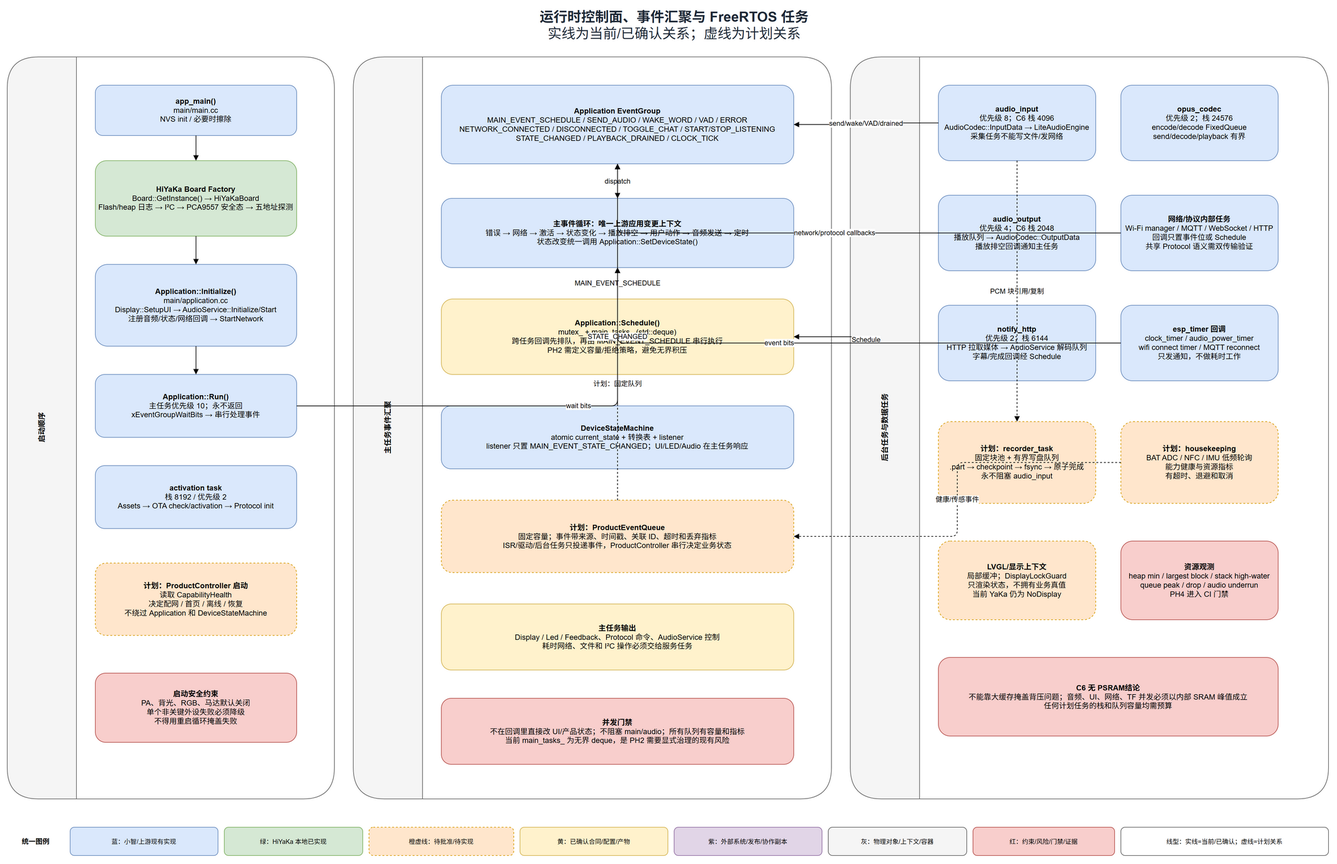
This is docs/yaka/diagrams/yaka-firmware-architecture-page-2.drawio.png from njueeRay/hi-yaka-firmware, a draw.io export, as it was before one commit. Source tidied: cells renumbered, new cells last; positions are measured from the earlier drawing's top-left corner, leaving out a move shared by most shapes.
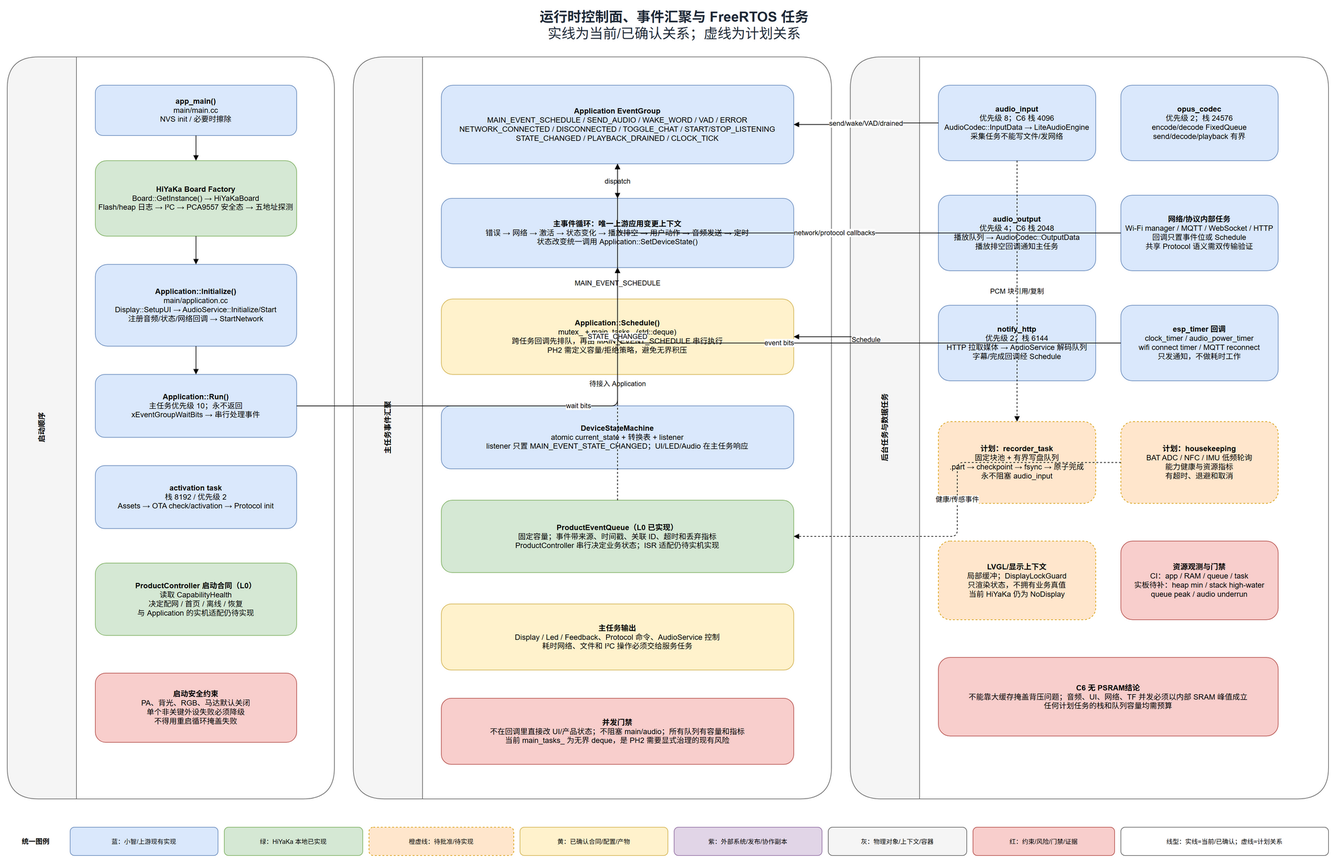
The same file after the commit.

The edit, as a diff of the source:
```diff
@@ -50,7 +50,7 @@
     <mxCell id="17" value="&lt;b&gt;activation task&lt;/b&gt;&lt;br&gt;栈 8192 / 优先级 2&lt;br&gt;Assets → OTA check/activation → Protocol init" style="rounded=1;whiteSpace=wrap;html=1;fillColor=#DAE8FC;strokeColor=#6C8EBF;" parent="12" vertex="1">
       <mxGeometry x="140" y="650" width="320" height="100" as="geometry" />
     </mxCell>
-    <mxCell id="18" value="&lt;b&gt;计划：ProductController 启动&lt;/b&gt;&lt;br&gt;读取 CapabilityHealth&lt;br&gt;决定配网 / 首页 / 离线 / 恢复&lt;br&gt;不绕过 Application 和 DeviceStateMachine" style="rounded=1;whiteSpace=wrap;html=1;fillColor=#FFE6CC;strokeColor=#D79B00;dashed=1;" parent="12" vertex="1">
+    <mxCell id="18" value="&lt;b&gt;ProductController 启动合同（L0）&lt;/b&gt;&lt;br&gt;读取 CapabilityHealth&lt;br&gt;决定配网 / 首页 / 离线 / 恢复&lt;br&gt;与 Application 的实机适配仍待实现" style="rounded=1;whiteSpace=wrap;html=1;fillColor=#D5E8D4;strokeColor=#82B366;" parent="12" vertex="1">
       <mxGeometry x="140" y="805" width="320" height="115" as="geometry" />
     </mxCell>
     <mxCell id="19" value="&lt;b&gt;启动安全约束&lt;/b&gt;&lt;br&gt;PA、背光、RGB、马达默认关闭&lt;br&gt;单个非关键外设失败必须降级&lt;br&gt;不得用重启循环掩盖失败" style="rounded=1;whiteSpace=wrap;html=1;fillColor=#F8CECC;strokeColor=#B85450;" parent="12" vertex="1">
@@ -71,7 +71,7 @@
     <mxCell id="24" value="&lt;b&gt;DeviceStateMachine&lt;/b&gt;&lt;br&gt;atomic current_state + 转换表 + listener&lt;br&gt;listener 只置 MAIN_EVENT_STATE_CHANGED；UI/LED/Audio 在主任务响应" style="rounded=1;whiteSpace=wrap;html=1;fillColor=#DAE8FC;strokeColor=#6C8EBF;" parent="20" vertex="1">
       <mxGeometry x="140" y="555" width="560" height="100" as="geometry" />
     </mxCell>
-    <mxCell id="25" value="&lt;b&gt;计划：ProductEventQueue&lt;/b&gt;&lt;br&gt;固定容量；事件带来源、时间戳、关联 ID、超时和丢弃指标&lt;br&gt;ISR/驱动/后台任务只投递事件，ProductController 串行决定业务状态" style="rounded=1;whiteSpace=wrap;html=1;fillColor=#FFE6CC;strokeColor=#D79B00;dashed=1;" parent="20" vertex="1">
+    <mxCell id="25" value="&lt;b&gt;ProductEventQueue（L0 已实现）&lt;/b&gt;&lt;br&gt;固定容量；事件带来源、时间戳、关联 ID、超时和丢弃指标&lt;br&gt;ProductController 串行决定业务状态；ISR 适配仍待实机实现" style="rounded=1;whiteSpace=wrap;html=1;fillColor=#D5E8D4;strokeColor=#82B366;" parent="20" vertex="1">
       <mxGeometry x="140" y="705" width="560" height="115" as="geometry" />
     </mxCell>
     <mxCell id="26" value="&lt;b&gt;主任务输出&lt;/b&gt;&lt;br&gt;Display / Led / Feedback、Protocol 命令、AudioService 控制&lt;br&gt;耗时网络、文件和 I²C 操作必须交给服务任务" style="rounded=1;whiteSpace=wrap;html=1;fillColor=#FFF2CC;strokeColor=#D6B656;" parent="20" vertex="1">
@@ -107,10 +107,10 @@
     <mxCell id="36" value="&lt;b&gt;计划：housekeeping&lt;/b&gt;&lt;br&gt;BAT ADC / NFC / IMU 低频轮询&lt;br&gt;能力健康与资源指标&lt;br&gt;有超时、退避和取消" style="rounded=1;whiteSpace=wrap;html=1;fillColor=#FFE6CC;strokeColor=#D79B00;dashed=1;" parent="28" vertex="1">
       <mxGeometry x="430" y="580" width="250" height="130" as="geometry" />
     </mxCell>
-    <mxCell id="37" value="&lt;b&gt;LVGL/显示上下文&lt;/b&gt;&lt;br&gt;局部缓冲；DisplayLockGuard&lt;br&gt;只渲染状态，不拥有业务真值&lt;br&gt;当前 YaKa 仍为 NoDisplay" style="rounded=1;whiteSpace=wrap;html=1;fillColor=#FFE6CC;strokeColor=#D79B00;dashed=1;" parent="28" vertex="1">
+    <mxCell id="37" value="&lt;b&gt;LVGL/显示上下文&lt;/b&gt;&lt;br&gt;局部缓冲；DisplayLockGuard&lt;br&gt;只渲染状态，不拥有业务真值&lt;br&gt;当前 HiYaKa 仍为 NoDisplay" style="rounded=1;whiteSpace=wrap;html=1;fillColor=#FFE6CC;strokeColor=#D79B00;dashed=1;" parent="28" vertex="1">
       <mxGeometry x="140" y="770" width="250" height="125" as="geometry" />
     </mxCell>
-    <mxCell id="38" value="&lt;b&gt;资源观测&lt;/b&gt;&lt;br&gt;heap min / largest block / stack high-water&lt;br&gt;queue peak / drop / audio underrun&lt;br&gt;PH4 进入 CI 门禁" style="rounded=1;whiteSpace=wrap;html=1;fillColor=#F8CECC;strokeColor=#B85450;" parent="28" vertex="1">
+    <mxCell id="38" value="&lt;b&gt;资源观测与门禁&lt;/b&gt;&lt;br&gt;CI：app / RAM / queue / task&lt;br&gt;实板待补：heap min / stack high-water&lt;br&gt;queue peak / audio underrun" style="rounded=1;whiteSpace=wrap;html=1;fillColor=#F8CECC;strokeColor=#B85450;" parent="28" vertex="1">
       <mxGeometry x="430" y="770" width="250" height="125" as="geometry" />
     </mxCell>
     <mxCell id="39" value="&lt;b&gt;C6 无 PSRAM结论&lt;/b&gt;&lt;br&gt;不能靠大缓存掩盖背压问题；音频、UI、网络、TF 并发必须以内部 SRAM 峰值成立&lt;br&gt;任何计划任务的栈和队列容量均需预算" style="rounded=1;whiteSpace=wrap;html=1;fillColor=#F8CECC;strokeColor=#B85450;" parent="28" vertex="1">
@@ -149,7 +149,7 @@
     <mxCell id="50" value="event bits" style="edgeStyle=orthogonalEdgeStyle;rounded=1;html=1;defaultLabelBackgroundColor=page;endArrow=block;" parent="1" edge="1" source="34" target="21">
       <mxGeometry relative="1" as="geometry" />
     </mxCell>
-    <mxCell id="51" value="计划：固定队列" style="edgeStyle=orthogonalEdgeStyle;rounded=1;html=1;defaultLabelBackgroundColor=page;endArrow=block;dashed=1;" parent="20" edge="1" source="25" target="22">
+    <mxCell id="51" value="待接入 Application" style="edgeStyle=orthogonalEdgeStyle;rounded=1;html=1;defaultLabelBackgroundColor=page;endArrow=block;dashed=1;" parent="20" edge="1" source="25" target="22">
       <mxGeometry relative="1" as="geometry" />
     </mxCell>
     <mxCell id="52" value="PCM 块引用/复制" style="edgeStyle=orthogonalEdgeStyle;rounded=1;html=1;defaultLabelBackgroundColor=page;endArrow=block;dashed=1;" parent="28" edge="1" source="29" target="35">
```
